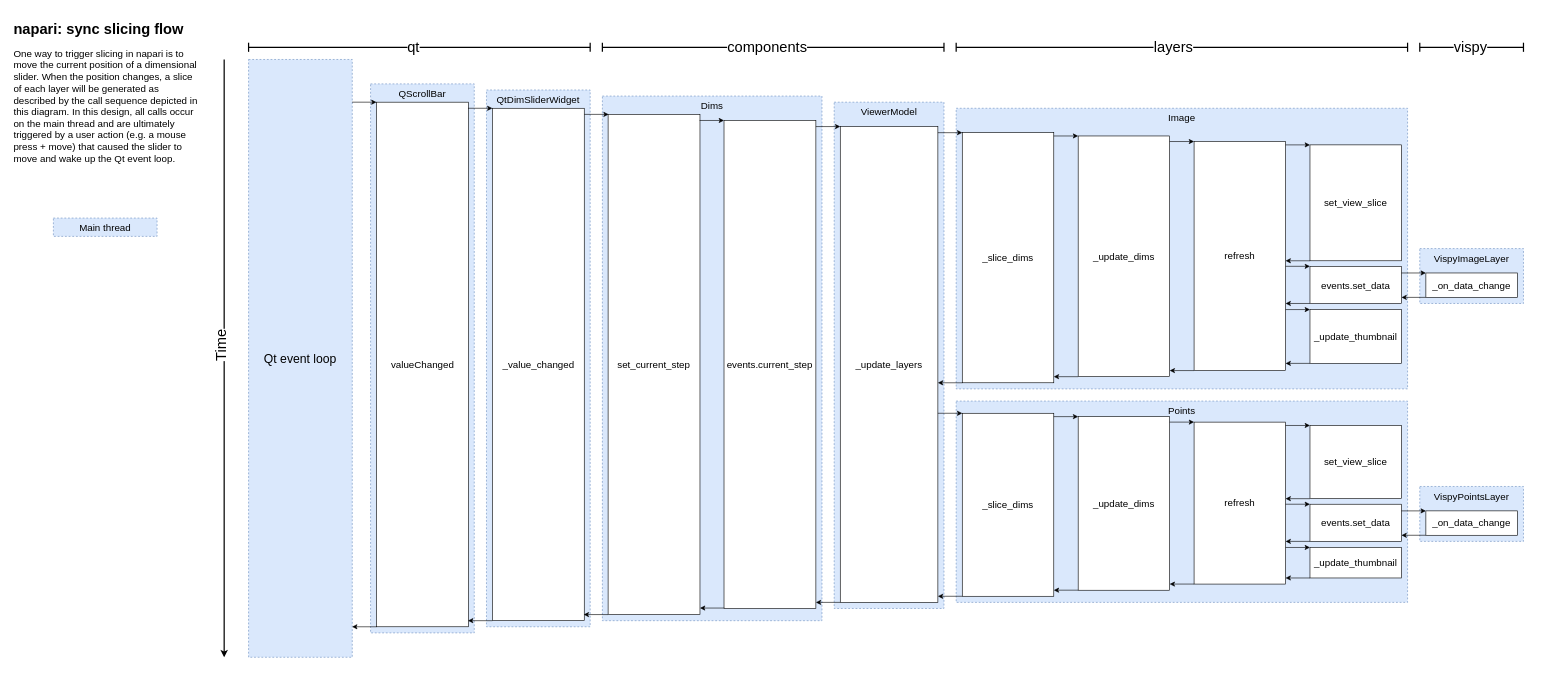
The draw.io diagram napari-slicing-sync-calls.drawio in andy-sweet/napari-diagrams, before the edit. Source tidied: cells renumbered, new cells numbered last; positions are measured from the earlier drawing's top-left corner, leaving out a move shared by most shapes. Both pictures are drawn from the tidied source at 61%, with x=0, y=0 at pixel (10, 16).
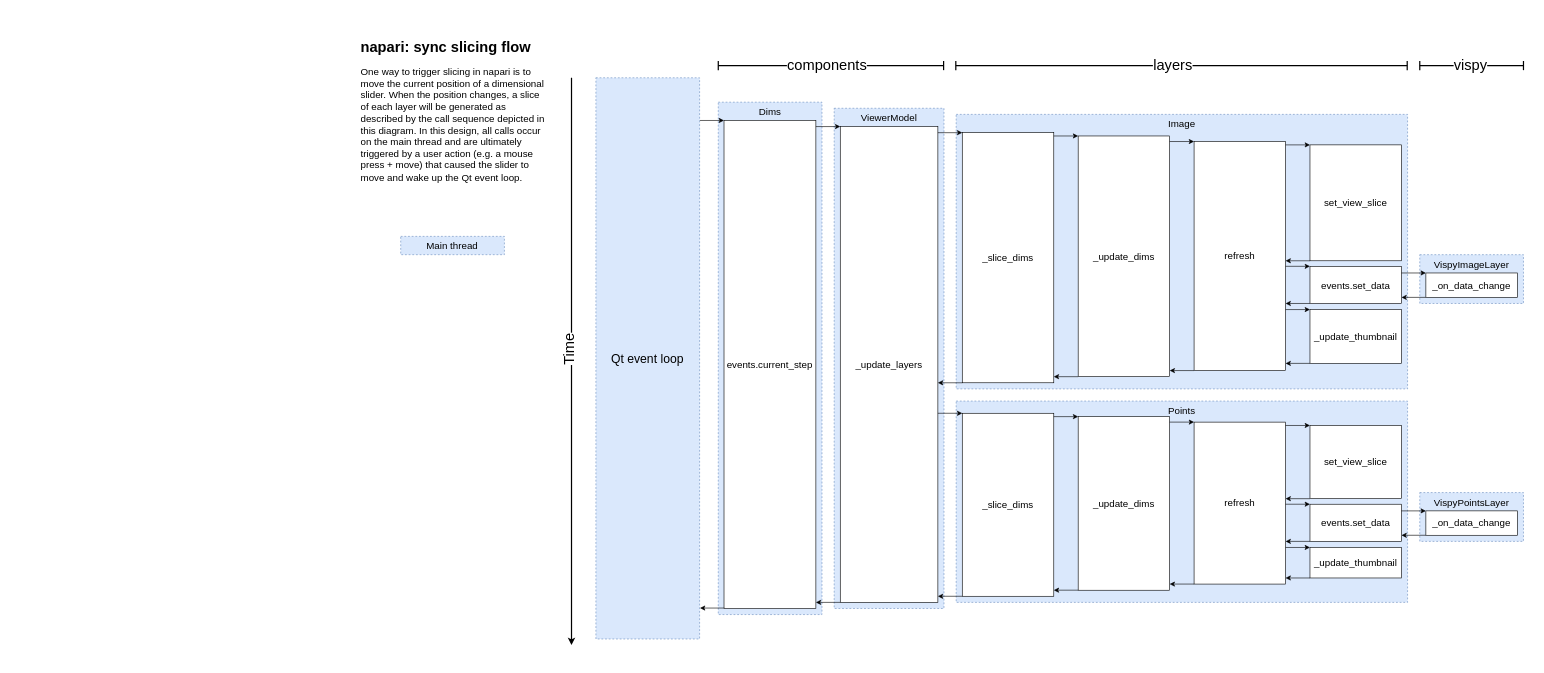
After the change.

The edit, as a diff of the source:
```diff
@@
     <mxCell id="2" value="VispyPointsLayer" style="rounded=0;whiteSpace=wrap;html=1;verticalAlign=top;align=center;spacingLeft=0;spacingTop=0;dashed=1;fillColor=#dae8fc;strokeColor=#6c8ebf;fontSize=16;" parent="1" vertex="1">
-      <mxGeometry x="2310" y="770" width="170" height="90" as="geometry" />
+      <mxGeometry x="2310" y="780" width="170" height="80" as="geometry" />
     </mxCell>
     <mxCell id="3" value="VispyImageLayer" style="rounded=0;whiteSpace=wrap;html=1;verticalAlign=top;align=center;spacingLeft=0;spacingTop=0;dashed=1;fillColor=#dae8fc;strokeColor=#6c8ebf;fontSize=16;" parent="1" vertex="1">
-      <mxGeometry x="2310" y="380" width="170" height="90" as="geometry" />
+      <mxGeometry x="2310" y="390" width="170" height="80" as="geometry" />
     </mxCell>
     <mxCell id="4" value="ViewerModel" style="rounded=0;whiteSpace=wrap;html=1;verticalAlign=top;align=center;spacingLeft=0;spacingTop=0;dashed=1;fillColor=#dae8fc;strokeColor=#6c8ebf;fontSize=16;" parent="1" vertex="1">
-      <mxGeometry x="1350" y="140" width="180" height="830" as="geometry" />
+      <mxGeometry x="1350" y="150" width="180" height="820" as="geometry" />
     </mxCell>
@@
     <mxCell id="6" value="Dims" style="rounded=0;whiteSpace=wrap;html=1;verticalAlign=top;align=center;spacingLeft=0;spacingTop=0;dashed=1;fillColor=#dae8fc;strokeColor=#6c8ebf;fontSize=16;" parent="1" vertex="1">
-      <mxGeometry x="970" y="130" width="360" height="860" as="geometry" />
+      <mxGeometry x="1160" y="140" width="170" height="840" as="geometry" />
     </mxCell>
@@
     <mxCell id="8" value="Image" style="rounded=0;whiteSpace=wrap;html=1;verticalAlign=top;align=center;spacingLeft=0;spacingTop=0;dashed=1;fillColor=#dae8fc;strokeColor=#6c8ebf;fontSize=16;" parent="1" vertex="1">
-      <mxGeometry x="1550" y="150" width="740" height="460" as="geometry" />
+      <mxGeometry x="1550" y="160" width="740" height="450" as="geometry" />
     </mxCell>
@@
-    <mxCell id="15" value="QtDimSliderWidget" style="rounded=0;whiteSpace=wrap;html=1;verticalAlign=top;align=center;spacingLeft=0;spacingTop=0;dashed=1;fillColor=#dae8fc;strokeColor=#6c8ebf;fontSize=16;" parent="1" vertex="1">
-      <mxGeometry x="780" y="120" width="170" height="880" as="geometry" />
-    </mxCell>
-    <mxCell id="16" value="_value_changed" style="rounded=0;whiteSpace=wrap;html=1;fontSize=16;" parent="1" vertex="1">
-      <mxGeometry x="789.7" y="150" width="150.6" height="840" as="geometry" />
-    </mxCell>
-    <mxCell id="17" value="QScrollBar" style="rounded=0;whiteSpace=wrap;html=1;verticalAlign=top;align=center;spacingLeft=0;spacingTop=0;dashed=1;fillColor=#dae8fc;strokeColor=#6c8ebf;fontSize=16;" parent="1" vertex="1">
-      <mxGeometry x="590" y="110" width="170" height="900" as="geometry" />
-    </mxCell>
-    <mxCell id="18" value="valueChanged" style="rounded=0;whiteSpace=wrap;html=1;fontSize=16;" parent="1" vertex="1">
-      <mxGeometry x="599.7" y="140" width="150.6" height="860" as="geometry" />
-    </mxCell>
-    <mxCell id="19" value="set_current_step" style="rounded=0;whiteSpace=wrap;html=1;fontSize=16;horizontal=1;" parent="1" vertex="1">
-      <mxGeometry x="979.4" y="160" width="150.6" height="820" as="geometry" />
-    </mxCell>
-    <mxCell id="20" style="endArrow=classic;html=1;rounded=0;" parent="1" edge="1">
-      <mxGeometry relative="1" as="geometry">
-        <mxPoint x="749.7" y="150" as="sourcePoint" />
-        <mxPoint x="789.7" y="150" as="targetPoint" />
-      </mxGeometry>
-    </mxCell>
-    <mxCell id="21" style="endArrow=classic;html=1;rounded=0;" parent="1" edge="1">
-      <mxGeometry relative="1" as="geometry">
-        <mxPoint x="940.3" y="160" as="sourcePoint" />
-        <mxPoint x="980.3" y="160" as="targetPoint" />
-      </mxGeometry>
-    </mxCell>
@@
-    <mxCell id="39" style="endArrow=classic;html=1;rounded=0;" parent="1" edge="1">
-      <mxGeometry relative="1" as="geometry">
-        <mxPoint x="979.4" y="980" as="sourcePoint" />
-        <mxPoint x="939.4" y="980" as="targetPoint" />
-      </mxGeometry>
-    </mxCell>
-    <mxCell id="40" style="endArrow=classic;html=1;rounded=0;" parent="1" edge="1">
-      <mxGeometry relative="1" as="geometry">
-        <mxPoint x="789.7" y="990" as="sourcePoint" />
-        <mxPoint x="749.7" y="990" as="targetPoint" />
-      </mxGeometry>
-    </mxCell>
@@
     <mxCell id="65" value="&lt;h1&gt;napari: sync slicing flow&amp;nbsp;&lt;/h1&gt;&lt;p&gt;&lt;font style=&quot;font-size: 16px;&quot;&gt;One way to trigger slicing in napari is to move the current position of a dimensional slider. When the position changes, a slice of each layer will be generated as described by the call sequence depicted in this diagram. In this design, all calls occur on the main thread and are ultimately triggered by a user action (e.g. a mouse press + move) that caused the slider to move and wake up the Qt event loop.&amp;nbsp;&lt;/font&gt;&lt;/p&gt;" style="text;html=1;strokeColor=none;fillColor=none;spacing=5;spacingTop=-20;whiteSpace=wrap;overflow=hidden;rounded=0;dashed=1;dashPattern=1 1;" parent="1" vertex="1">
-      <mxGeometry width="310" height="360" as="geometry" />
+      <mxGeometry x="569.4" y="30" width="310" height="360" as="geometry" />
     </mxCell>
     <mxCell id="66" value="Main thread" style="rounded=0;whiteSpace=wrap;html=1;verticalAlign=top;align=center;spacingLeft=0;spacingTop=0;dashed=1;fillColor=#dae8fc;strokeColor=#6c8ebf;fontSize=16;" parent="1" vertex="1">
-      <mxGeometry x="70" y="330" width="170" height="30" as="geometry" />
+      <mxGeometry x="639.4" y="360" width="170" height="30" as="geometry" />
     </mxCell>
     <mxCell id="67" style="endArrow=classic;html=1;rounded=0;fontSize=16;strokeWidth=2;" parent="1" edge="1">
       <mxGeometry relative="1" as="geometry">
-        <mxPoint x="350" y="70" as="sourcePoint" />
-        <mxPoint x="350" y="1050" as="targetPoint" />
+        <mxPoint x="919.4" y="100" as="sourcePoint" />
+        <mxPoint x="919.4" y="1030" as="targetPoint" />
       </mxGeometry>
     </mxCell>
@@
     <mxCell id="69" value="Qt event loop" style="rounded=0;whiteSpace=wrap;html=1;verticalAlign=middle;align=center;spacingLeft=0;spacingTop=0;dashed=1;fillColor=#dae8fc;strokeColor=#6c8ebf;fontSize=20;horizontal=1;" parent="1" vertex="1">
-      <mxGeometry x="390" y="70" width="170" height="980" as="geometry" />
+      <mxGeometry x="959.4" y="100" width="170" height="920" as="geometry" />
     </mxCell>
-    <mxCell id="70" style="endArrow=classic;html=1;rounded=0;" parent="1" edge="1">
-      <mxGeometry relative="1" as="geometry">
-        <mxPoint x="559.7" y="140" as="sourcePoint" />
-        <mxPoint x="599.7" y="140" as="targetPoint" />
-      </mxGeometry>
-    </mxCell>
-    <mxCell id="71" style="endArrow=classic;html=1;rounded=0;" parent="1" edge="1">
-      <mxGeometry relative="1" as="geometry">
-        <mxPoint x="599.7" y="1000" as="sourcePoint" />
-        <mxPoint x="559.7" y="1000" as="targetPoint" />
-      </mxGeometry>
-    </mxCell>
-    <mxCell id="72" style="endArrow=baseDash;html=1;rounded=0;fontSize=24;strokeWidth=2;endFill=0;startArrow=baseDash;startFill=0;endSize=12;startSize=12;" parent="1" edge="1">
-      <mxGeometry relative="1" as="geometry">
-        <mxPoint x="390" y="50" as="sourcePoint" />
-        <mxPoint x="950" y="50" as="targetPoint" />
-      </mxGeometry>
-    </mxCell>
-    <mxCell id="73" value="qt" style="edgeLabel;html=1;align=center;verticalAlign=middle;fontSize=24;" parent="72" vertex="1">
-      <mxGeometry x="-0.04" y="1" relative="1" as="geometry" />
-    </mxCell>
     <mxCell id="74" style="endArrow=baseDash;html=1;rounded=0;fontSize=24;strokeWidth=2;endFill=0;startArrow=baseDash;startFill=0;endSize=12;startSize=12;" parent="1" edge="1">
       <mxGeometry relative="1" as="geometry">
-        <mxPoint x="970" y="50" as="sourcePoint" />
-        <mxPoint x="1530" y="50" as="targetPoint" />
+        <mxPoint x="1160" y="80" as="sourcePoint" />
+        <mxPoint x="1529.4" y="80" as="targetPoint" />
       </mxGeometry>
     </mxCell>
@@
     <mxCell id="76" style="endArrow=baseDash;html=1;rounded=0;fontSize=24;strokeWidth=2;endFill=0;startArrow=baseDash;startFill=0;endSize=12;startSize=12;" parent="1" edge="1">
       <mxGeometry relative="1" as="geometry">
-        <mxPoint x="1550" y="50" as="sourcePoint" />
-        <mxPoint x="2290" y="50" as="targetPoint" />
+        <mxPoint x="1549.4" y="80" as="sourcePoint" />
+        <mxPoint x="2289.4" y="80" as="targetPoint" />
       </mxGeometry>
     </mxCell>
@@
     <mxCell id="78" style="endArrow=baseDash;html=1;rounded=0;fontSize=24;strokeWidth=2;endFill=0;startArrow=baseDash;startFill=0;endSize=12;startSize=12;" parent="1" edge="1">
       <mxGeometry relative="1" as="geometry">
-        <mxPoint x="2310" y="50" as="sourcePoint" />
-        <mxPoint x="2480" y="50" as="targetPoint" />
+        <mxPoint x="2310" y="80" as="sourcePoint" />
+        <mxPoint x="2480" y="80" as="targetPoint" />
       </mxGeometry>
     </mxCell>
```
